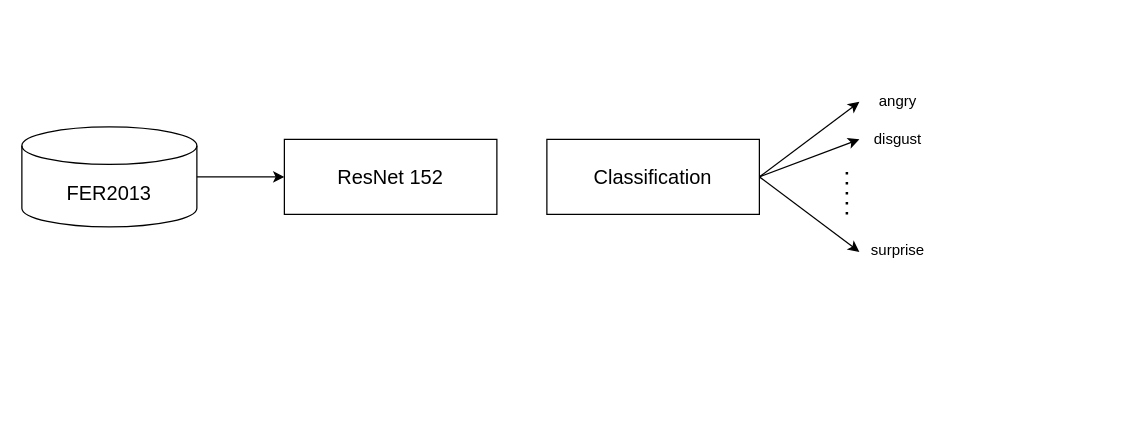
Before: pic/pictogram1.drawio in psychologyKM/ArtVision, a draw.io diagram. Source tidied: cells renumbered, new cells numbered last; positions are measured from the earlier drawing's top-left corner, leaving out a move shared by most shapes. Both pictures are drawn from the tidied source at 125%, with x=0, y=0 at pixel (21, 82).
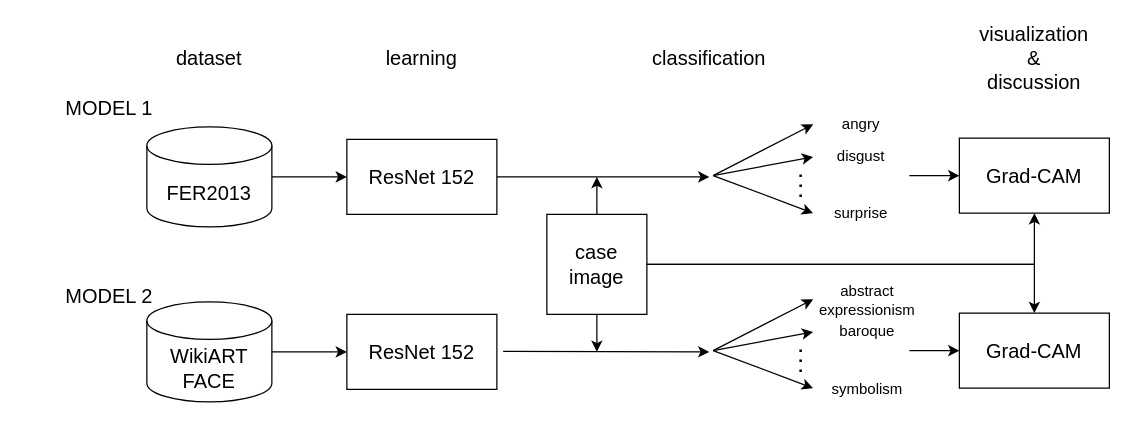
After the change.

What changed in the source:
```diff
@@
     <mxCell id="2" value="&lt;font style=&quot;font-size: 16px;&quot;&gt;FER2013&lt;/font&gt;" style="shape=cylinder3;whiteSpace=wrap;html=1;boundedLbl=1;backgroundOutline=1;size=15;" parent="1" vertex="1">
-      <mxGeometry y="35" width="140" height="80" as="geometry" />
+      <mxGeometry x="100" y="35" width="100" height="80" as="geometry" />
     </mxCell>
@@
     <mxCell id="4" value="&lt;font style=&quot;font-size: 16px;&quot;&gt;ResNet 152&lt;/font&gt;" style="rounded=0;whiteSpace=wrap;html=1;" parent="1" vertex="1">
-      <mxGeometry x="210" y="45" width="170" height="60" as="geometry" />
+      <mxGeometry x="260" y="45" width="120" height="60" as="geometry" />
     </mxCell>
-    <mxCell id="5" value="&lt;font style=&quot;font-size: 16px;&quot;&gt;Classification&lt;/font&gt;" style="rounded=0;whiteSpace=wrap;html=1;" parent="1" vertex="1">
-      <mxGeometry x="420" y="45" width="170" height="60" as="geometry" />
-    </mxCell>
-    <mxCell id="6" style="endArrow=classic;html=1;rounded=0;exitX=1;exitY=0.5;exitDx=0;exitDy=0;" parent="1" edge="1" source="5">
+    <mxCell id="6" style="endArrow=classic;html=1;rounded=0;exitX=1;exitY=0.5;exitDx=0;exitDy=0;entryX=0;entryY=0.5;entryDx=0;entryDy=0;" parent="1" edge="1" target="10">
       <mxGeometry relative="1" as="geometry">
-        <mxPoint x="670" y="15" as="targetPoint" />
+        <mxPoint x="553" y="74" as="sourcePoint" />
       </mxGeometry>
     </mxCell>
-    <mxCell id="7" style="endArrow=classic;html=1;rounded=0;" parent="1" edge="1">
+    <mxCell id="7" style="endArrow=classic;html=1;rounded=0;entryX=0;entryY=0.5;entryDx=0;entryDy=0;" parent="1" edge="1" target="11">
       <mxGeometry relative="1" as="geometry">
-        <mxPoint x="590" y="75" as="sourcePoint" />
-        <mxPoint x="670" y="45" as="targetPoint" />
+        <mxPoint x="553" y="74" as="sourcePoint" />
       </mxGeometry>
     </mxCell>
-    <mxCell id="8" style="endArrow=classic;html=1;rounded=0;" parent="1" edge="1">
+    <mxCell id="8" style="endArrow=classic;html=1;rounded=0;entryX=0;entryY=0.5;entryDx=0;entryDy=0;" parent="1" edge="1" target="12">
       <mxGeometry relative="1" as="geometry">
-        <mxPoint x="590" y="75" as="sourcePoint" />
-        <mxPoint x="670" y="135" as="targetPoint" />
+        <mxPoint x="553" y="74" as="sourcePoint" />
       </mxGeometry>
     </mxCell>
     <mxCell id="9" style="endArrow=none;dashed=1;html=1;dashPattern=1 3;strokeWidth=2;rounded=0;" parent="1" edge="1">
       <mxGeometry relative="1" as="geometry">
-        <mxPoint x="660" y="105" as="sourcePoint" />
-        <mxPoint x="660" y="65" as="targetPoint" />
+        <mxPoint x="623" y="91" as="sourcePoint" />
+        <mxPoint x="623" y="71" as="targetPoint" />
       </mxGeometry>
     </mxCell>
     <mxCell id="10" value="angry" style="text;html=1;strokeColor=none;fillColor=none;align=center;verticalAlign=middle;whiteSpace=wrap;rounded=0;" parent="1" vertex="1">
-      <mxGeometry x="671" width="60" height="30" as="geometry" />
+      <mxGeometry x="633" y="18" width="77" height="30" as="geometry" />
     </mxCell>
     <mxCell id="11" value="disgust" style="text;html=1;strokeColor=none;fillColor=none;align=center;verticalAlign=middle;whiteSpace=wrap;rounded=0;" parent="1" vertex="1">
-      <mxGeometry x="671" y="30" width="60" height="30" as="geometry" />
+      <mxGeometry x="633" y="44" width="77" height="30" as="geometry" />
     </mxCell>
     <mxCell id="12" value="surprise" style="text;html=1;strokeColor=none;fillColor=none;align=center;verticalAlign=middle;whiteSpace=wrap;rounded=0;" parent="1" vertex="1">
-      <mxGeometry x="671" y="119" width="60" height="30" as="geometry" />
+      <mxGeometry x="633" y="89" width="77" height="30" as="geometry" />
     </mxCell>
+    <mxCell id="13" value="MODEL 1" style="text;html=1;strokeColor=none;fillColor=none;align=center;verticalAlign=middle;whiteSpace=wrap;rounded=0;fontSize=16;" parent="1" vertex="1">
+      <mxGeometry x="30" y="5" width="80" height="30" as="geometry" />
+    </mxCell>
+    <mxCell id="14" value="MODEL 2" style="text;html=1;strokeColor=none;fillColor=none;align=center;verticalAlign=middle;whiteSpace=wrap;rounded=0;fontSize=16;" parent="1" vertex="1">
+      <mxGeometry x="30" y="155" width="80" height="30" as="geometry" />
+    </mxCell>
+    <mxCell id="15" value="dataset" style="text;html=1;strokeColor=none;fillColor=none;align=center;verticalAlign=middle;whiteSpace=wrap;rounded=0;fontSize=16;" parent="1" vertex="1">
+      <mxGeometry x="110" y="-35" width="80" height="30" as="geometry" />
+    </mxCell>
+    <mxCell id="16" value="learning" style="text;html=1;strokeColor=none;fillColor=none;align=center;verticalAlign=middle;whiteSpace=wrap;rounded=0;fontSize=16;" parent="1" vertex="1">
+      <mxGeometry x="280" y="-35" width="80" height="30" as="geometry" />
+    </mxCell>
+    <mxCell id="17" value="classification" style="text;html=1;strokeColor=none;fillColor=none;align=center;verticalAlign=middle;whiteSpace=wrap;rounded=0;fontSize=16;" parent="1" vertex="1">
+      <mxGeometry x="510" y="-35" width="80" height="30" as="geometry" />
+    </mxCell>
+    <mxCell id="18" value="&lt;font style=&quot;font-size: 16px;&quot;&gt;case image&lt;/font&gt;" style="whiteSpace=wrap;html=1;" parent="1" vertex="1">
+      <mxGeometry x="420" y="105" width="80" height="80" as="geometry" />
+    </mxCell>
+    <mxCell id="19" style="endArrow=classic;html=1;rounded=0;exitX=1;exitY=0.5;exitDx=0;exitDy=0;" parent="1" edge="1" source="4">
+      <mxGeometry relative="1" as="geometry">
+        <mxPoint x="550" y="75" as="targetPoint" />
+      </mxGeometry>
+    </mxCell>
+    <mxCell id="20" style="endArrow=classic;html=1;rounded=0;exitX=0.5;exitY=0;exitDx=0;exitDy=0;" parent="1" edge="1" source="18">
+      <mxGeometry relative="1" as="geometry">
+        <mxPoint x="460" y="75" as="targetPoint" />
+      </mxGeometry>
+    </mxCell>
+    <mxCell id="21" value="&lt;span style=&quot;font-size: 16px;&quot;&gt;WikiART FACE&lt;/span&gt;" style="shape=cylinder3;whiteSpace=wrap;html=1;boundedLbl=1;backgroundOutline=1;size=15;" parent="1" vertex="1">
+      <mxGeometry x="100" y="175" width="100" height="80" as="geometry" />
+    </mxCell>
+    <mxCell id="22" style="endArrow=classic;html=1;rounded=0;entryX=0;entryY=0.5;entryDx=0;entryDy=0;exitX=1;exitY=0.5;exitDx=0;exitDy=0;exitPerimeter=0;" parent="1" edge="1" source="21" target="23">
+      <mxGeometry relative="1" as="geometry" />
+    </mxCell>
+    <mxCell id="23" value="&lt;font style=&quot;font-size: 16px;&quot;&gt;ResNet 152&lt;/font&gt;" style="rounded=0;whiteSpace=wrap;html=1;" parent="1" vertex="1">
+      <mxGeometry x="260" y="185" width="120" height="60" as="geometry" />
+    </mxCell>
+    <mxCell id="24" style="endArrow=classic;html=1;rounded=0;exitX=1;exitY=0.5;exitDx=0;exitDy=0;" parent="1" edge="1">
+      <mxGeometry relative="1" as="geometry">
+        <mxPoint x="385" y="214.5" as="sourcePoint" />
+        <mxPoint x="550" y="215" as="targetPoint" />
+      </mxGeometry>
+    </mxCell>
+    <mxCell id="25" style="endArrow=classic;html=1;rounded=0;" parent="1" edge="1" source="18">
+      <mxGeometry relative="1" as="geometry">
+        <mxPoint x="460" y="215" as="targetPoint" />
+      </mxGeometry>
+    </mxCell>
+    <mxCell id="26" style="endArrow=classic;html=1;rounded=0;exitX=1;exitY=0.5;exitDx=0;exitDy=0;entryX=0;entryY=0.5;entryDx=0;entryDy=0;" parent="1" edge="1">
+      <mxGeometry relative="1" as="geometry">
+        <mxPoint x="553" y="214" as="sourcePoint" />
+        <mxPoint x="633" y="173" as="targetPoint" />
+      </mxGeometry>
+    </mxCell>
+    <mxCell id="27" style="endArrow=classic;html=1;rounded=0;entryX=0;entryY=0.5;entryDx=0;entryDy=0;" parent="1" edge="1" target="31">
+      <mxGeometry relative="1" as="geometry">
+        <mxPoint x="553" y="214" as="sourcePoint" />
+      </mxGeometry>
+    </mxCell>
+    <mxCell id="28" style="endArrow=classic;html=1;rounded=0;entryX=0;entryY=0.5;entryDx=0;entryDy=0;" parent="1" edge="1">
+      <mxGeometry relative="1" as="geometry">
+        <mxPoint x="553" y="214" as="sourcePoint" />
+        <mxPoint x="633" y="244" as="targetPoint" />
+      </mxGeometry>
+    </mxCell>
+    <mxCell id="29" style="endArrow=none;dashed=1;html=1;dashPattern=1 3;strokeWidth=2;rounded=0;" parent="1" edge="1">
+      <mxGeometry relative="1" as="geometry">
+        <mxPoint x="623" y="231" as="sourcePoint" />
+        <mxPoint x="623" y="211" as="targetPoint" />
+      </mxGeometry>
+    </mxCell>
+    <mxCell id="30" value="abstract expressionism" style="text;html=1;strokeColor=none;fillColor=none;align=center;verticalAlign=middle;whiteSpace=wrap;rounded=0;" parent="1" vertex="1">
+      <mxGeometry x="633" y="159" width="87" height="30" as="geometry" />
+    </mxCell>
+    <mxCell id="31" value="baroque" style="text;html=1;strokeColor=none;fillColor=none;align=center;verticalAlign=middle;whiteSpace=wrap;rounded=0;" parent="1" vertex="1">
+      <mxGeometry x="633" y="184" width="87" height="30" as="geometry" />
+    </mxCell>
+    <mxCell id="32" value="symbolism" style="text;html=1;strokeColor=none;fillColor=none;align=center;verticalAlign=middle;whiteSpace=wrap;rounded=0;" parent="1" vertex="1">
+      <mxGeometry x="633" y="230" width="87" height="30" as="geometry" />
+    </mxCell>
+    <mxCell id="33" value="visualization &amp;amp; discussion" style="text;html=1;strokeColor=none;fillColor=none;align=center;verticalAlign=middle;whiteSpace=wrap;rounded=0;fontSize=16;" parent="1" vertex="1">
+      <mxGeometry x="770" y="-35" width="80" height="30" as="geometry" />
+    </mxCell>
+    <mxCell id="34" value="&lt;font style=&quot;font-size: 16px;&quot;&gt;Grad-CAM&lt;/font&gt;" style="rounded=0;whiteSpace=wrap;html=1;" parent="1" vertex="1">
+      <mxGeometry x="750" y="44" width="120" height="60" as="geometry" />
+    </mxCell>
+    <mxCell id="35" value="&lt;font style=&quot;font-size: 16px;&quot;&gt;Grad-CAM&lt;/font&gt;" style="rounded=0;whiteSpace=wrap;html=1;" parent="1" vertex="1">
+      <mxGeometry x="750" y="184" width="120" height="60" as="geometry" />
+    </mxCell>
+    <mxCell id="36" style="endArrow=classic;html=1;rounded=0;entryX=0;entryY=0.5;entryDx=0;entryDy=0;" parent="1" edge="1" target="34">
+      <mxGeometry relative="1" as="geometry">
+        <mxPoint x="710" y="74" as="sourcePoint" />
+      </mxGeometry>
+    </mxCell>
+    <mxCell id="37" style="endArrow=classic;html=1;rounded=0;entryX=0;entryY=0.5;entryDx=0;entryDy=0;" parent="1" edge="1" target="35">
+      <mxGeometry relative="1" as="geometry">
+        <mxPoint x="710" y="214" as="sourcePoint" />
+      </mxGeometry>
+    </mxCell>
+    <mxCell id="38" style="endArrow=classic;html=1;rounded=0;exitX=1;exitY=0.5;exitDx=0;exitDy=0;" parent="1" edge="1" source="18" target="34">
+      <mxGeometry relative="1" as="geometry">
+        <Array as="points">
+          <mxPoint x="810" y="145" />
+        </Array>
+      </mxGeometry>
+    </mxCell>
+    <mxCell id="39" style="endArrow=classic;html=1;rounded=0;exitX=1;exitY=0.5;exitDx=0;exitDy=0;entryX=0.5;entryY=0;entryDx=0;entryDy=0;" parent="1" edge="1" source="18" target="35">
+      <mxGeometry relative="1" as="geometry">
+        <Array as="points">
+          <mxPoint x="810" y="145" />
+        </Array>
+      </mxGeometry>
+    </mxCell>
```
